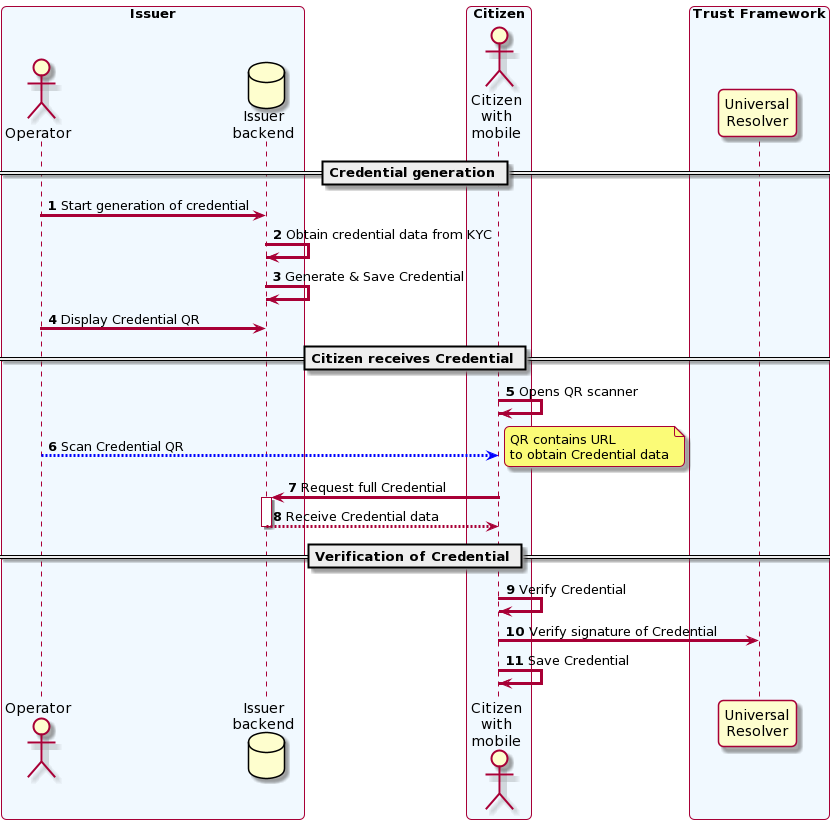
Earlier version of the PlantUML export images/SafeIsland_CredentialIssuance.png (hesusruiz/PrivacyCred).
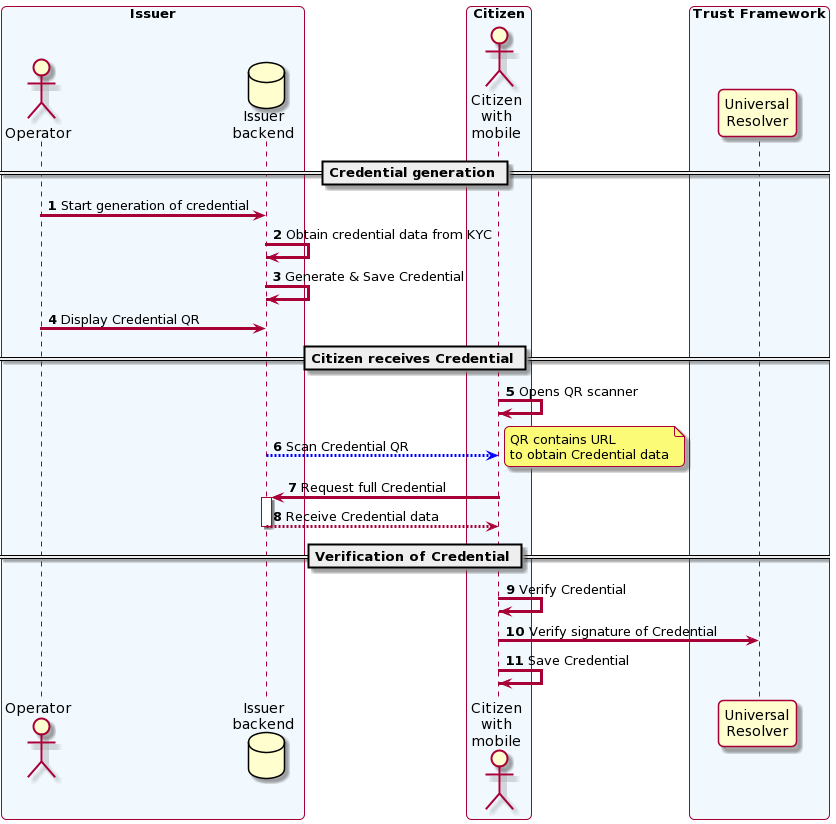
Later version of the same file.

Commit message:
Fix issuance diagram

The edit, as a diff of the source:
```diff
@@ -25,7 +25,7 @@
 
 == Citizen receives Credential ==
 CI -> CI: Opens QR scanner
-OP -[#0000FF]-> CI: Scan Credential QR
+IS -[#0000FF]-> CI: Scan Credential QR
 note right: QR contains URL\nto obtain Credential data
 CI -> IS: Request full Credential
 activate IS
```
